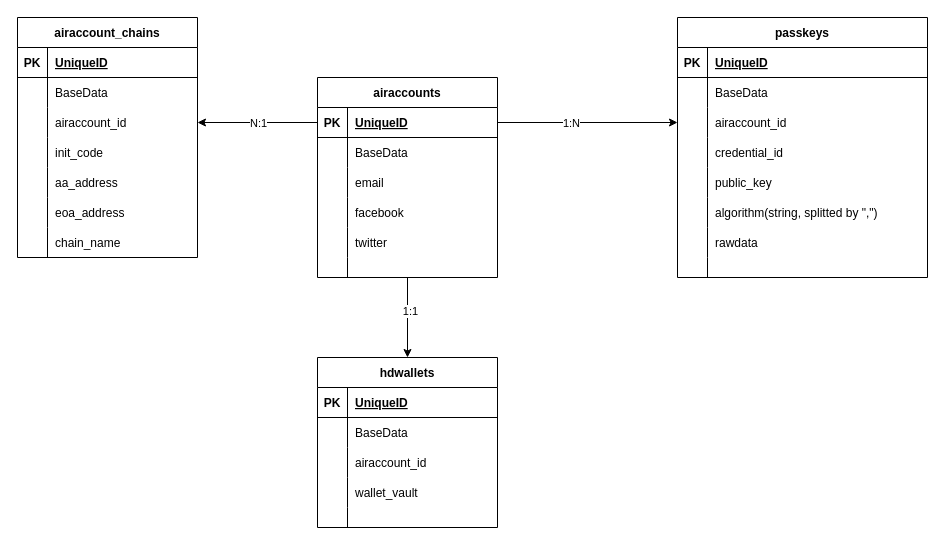
Before: docs/passkey-er.drawio in AAStarCommunity/AnotherAirAccountCommunityNode, a draw.io diagram. Source tidied: cells renumbered, new cells numbered last; positions are measured from the earlier drawing's top-left corner, leaving out a move shared by most shapes. Both pictures are drawn from the tidied source at 100%, with x=0, y=0 at pixel (17, 17).
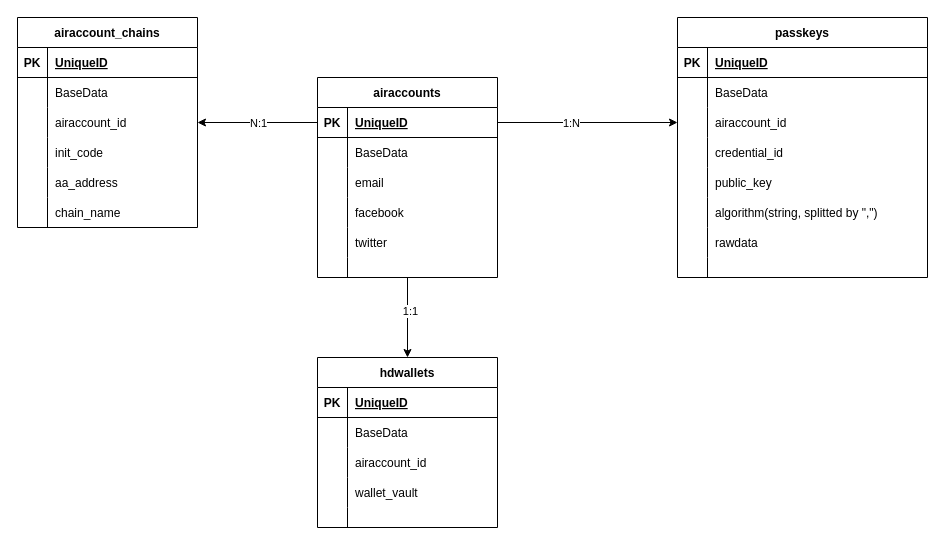
After the change.

The edit, as a diff of the source:
```diff
@@
     <mxCell id="25" value="airaccount_chains" style="shape=table;startSize=30;childLayout=tableLayout;rowLines=0;fontStyle=1;align=center;" parent="1" vertex="1">
-      <mxGeometry width="180" height="240" as="geometry" />
+      <mxGeometry width="180" height="210" as="geometry" />
     </mxCell>
@@
-    <mxCell id="41" style="shape=tableRow;horizontal=0;startSize=0;swimlaneHead=0;swimlaneBody=0;fillColor=none;top=0;left=0;right=0;bottom=0;" parent="25" vertex="1">
-      <mxGeometry y="180" width="180" height="30" as="geometry" />
-    </mxCell>
-    <mxCell id="42" style="shape=partialRectangle;fillColor=none;top=0;left=0;bottom=0;right=0;overflow=hidden;" parent="41" vertex="1">
-      <mxGeometry width="30" height="30" as="geometry" />
-    </mxCell>
-    <mxCell id="43" value="eoa_address" style="shape=partialRectangle;fillColor=none;top=0;left=0;bottom=0;right=0;align=left;spacingLeft=6;overflow=hidden;" parent="41" vertex="1">
-      <mxGeometry x="30" width="150" height="30" as="geometry" />
-    </mxCell>
     <mxCell id="44" style="shape=tableRow;horizontal=0;startSize=0;swimlaneHead=0;swimlaneBody=0;fillColor=none;top=0;left=0;right=0;bottom=0;" parent="25" vertex="1">
-      <mxGeometry y="210" width="180" height="30" as="geometry" />
+      <mxGeometry y="180" width="180" height="30" as="geometry" />
     </mxCell>
```
